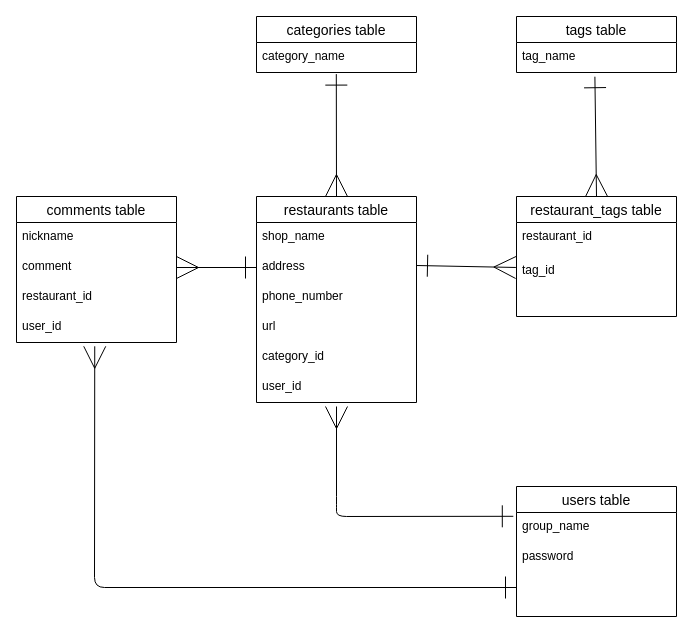
Above: original-app.dio in rinooooo/original-app-38253 (draw.io), before the change. Source tidied: cells renumbered, new cells numbered last; positions are measured from the earlier drawing's top-left corner, leaving out a move shared by most shapes. Both pictures are drawn from the tidied source at 100%, with x=0, y=0 at pixel (16, 16).
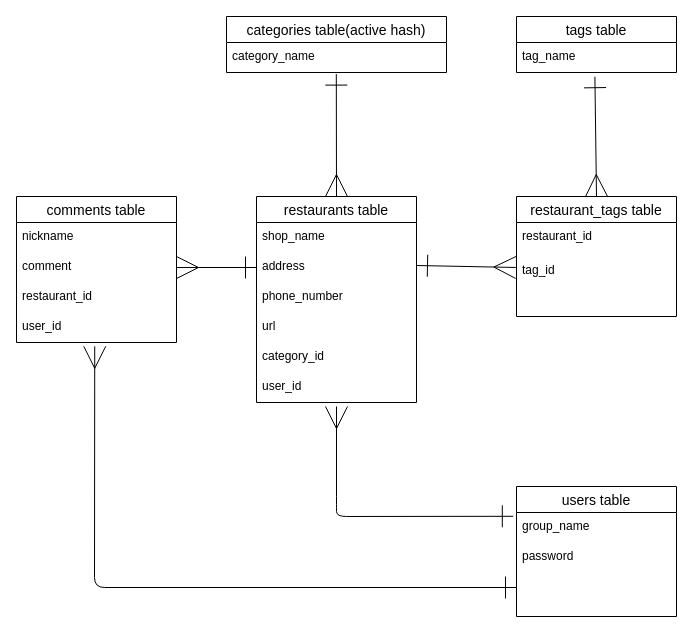
After the change.

Diff of the diagram source:
```diff
@@
-    <mxCell id="17" value="categories table" style="swimlane;fontStyle=0;horizontal=1;startSize=26;align=center;fontSize=14;" parent="1" vertex="1">
-      <mxGeometry x="240" width="160" height="56" as="geometry" />
+    <mxCell id="17" value="categories table(active hash)" style="swimlane;fontStyle=0;horizontal=1;startSize=26;align=center;fontSize=14;" parent="1" vertex="1">
+      <mxGeometry x="210" width="220" height="56" as="geometry" />
     </mxCell>
     <mxCell id="18" value="category_name" style="text;strokeColor=none;fillColor=none;spacingLeft=4;spacingRight=4;overflow=hidden;fontSize=12;" parent="17" vertex="1">
-      <mxGeometry y="26" width="160" height="30" as="geometry" />
+      <mxGeometry y="26" width="220" height="30" as="geometry" />
     </mxCell>
```
